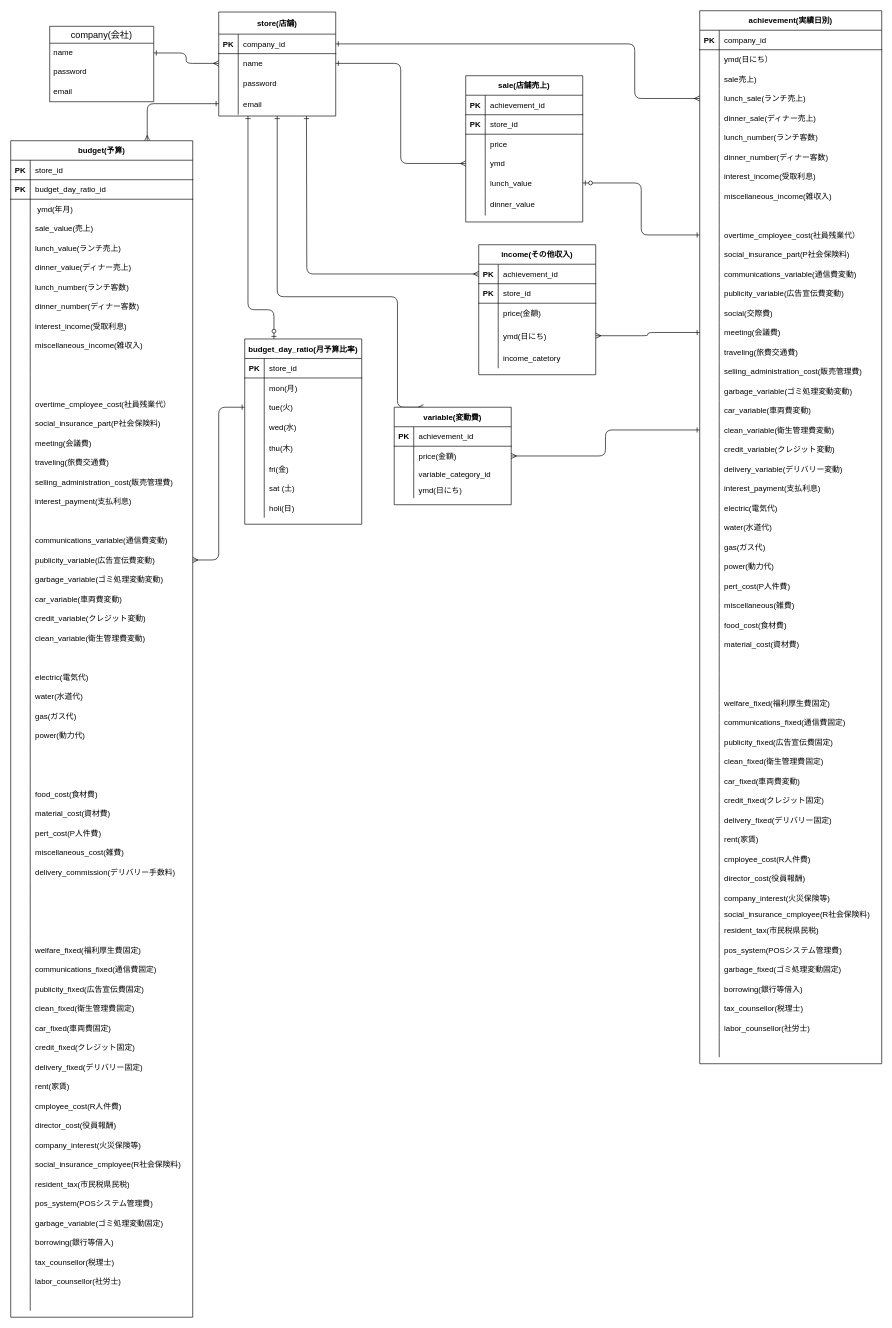
Before: ER図.dio in yanagi0306/profit_loss, a draw.io diagram. Source tidied: cells renumbered, new cells numbered last; positions are measured from the earlier drawing's top-left corner, leaving out a move shared by most shapes. Both pictures are drawn from the tidied source at 65%, with x=0, y=0 at pixel (10, 10).
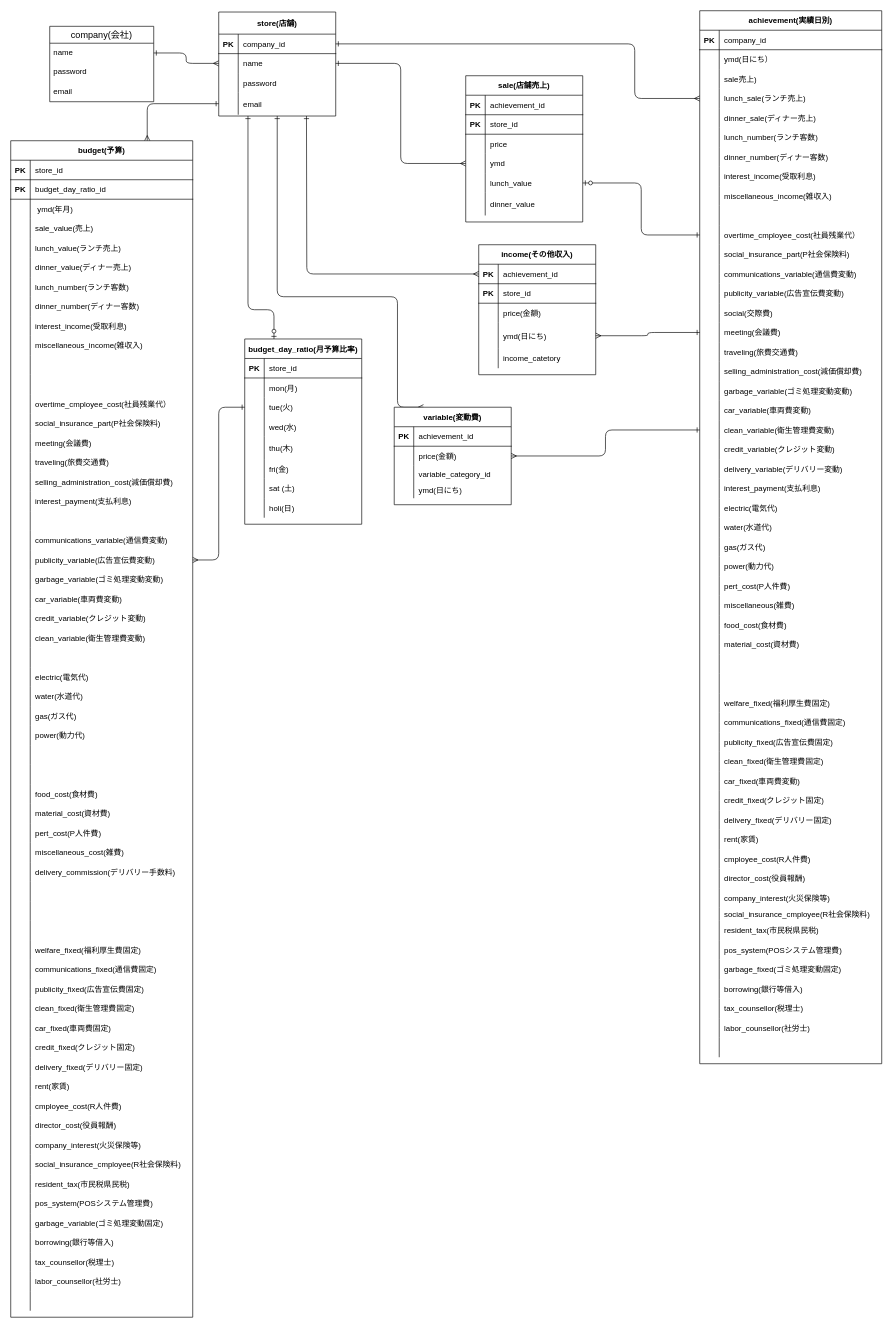
After the change.

Unchanged cells that the change refers to:
```xml
<mxCell id="73" style="shape=partialRectangle;fillColor=none;top=0;left=0;bottom=0;right=0;" parent="24" vertex="1">
  <mxGeometry y="510" width="280" height="30" as="geometry" />
</mxCell>
<mxCell id="331" style="shape=partialRectangle;fillColor=none;top=0;left=0;bottom=0;right=0;" parent="279" vertex="1">
  <mxGeometry y="540" width="280" height="30" as="geometry" />
</mxCell>
```

The edit, as a diff of the source:
```diff
@@
-    <mxCell id="75" value="selling_administration_cost(販売管理費)" style="shape=partialRectangle;fillColor=none;top=0;left=0;bottom=0;right=0;align=left;spacingLeft=6;overflow=hidden;" parent="73" vertex="1">
+    <mxCell id="75" value="selling_administration_cost(減価償却費)" style="shape=partialRectangle;fillColor=none;top=0;left=0;bottom=0;right=0;align=left;spacingLeft=6;overflow=hidden;" parent="73" vertex="1">
       <mxGeometry x="30" width="250" height="30" as="geometry" />
     </mxCell>
@@
-    <mxCell id="333" value="selling_administration_cost(販売管理費)" style="shape=partialRectangle;fillColor=none;top=0;left=0;bottom=0;right=0;align=left;spacingLeft=6;overflow=hidden;" parent="331" vertex="1">
+    <mxCell id="333" value="selling_administration_cost(減価償却費)" style="shape=partialRectangle;fillColor=none;top=0;left=0;bottom=0;right=0;align=left;spacingLeft=6;overflow=hidden;" parent="331" vertex="1">
       <mxGeometry x="30" width="250" height="30" as="geometry" />
     </mxCell>
```
